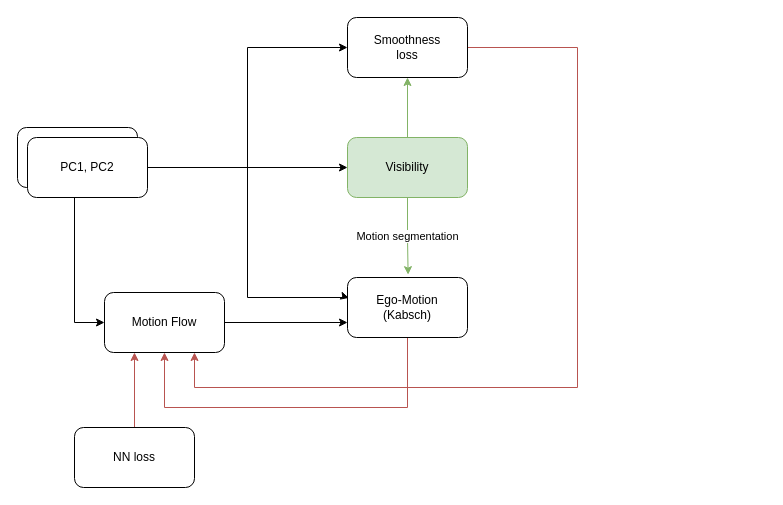
The draw.io diagram drawio/Untitled Diagram.drawio in vacany/sac-flow, before the edit. Source tidied: cells renumbered, new cells numbered last; positions are measured from the earlier drawing's top-left corner, leaving out a move shared by most shapes. Both pictures are drawn from the tidied source at 100%, with x=0, y=0 at pixel (17, 17).
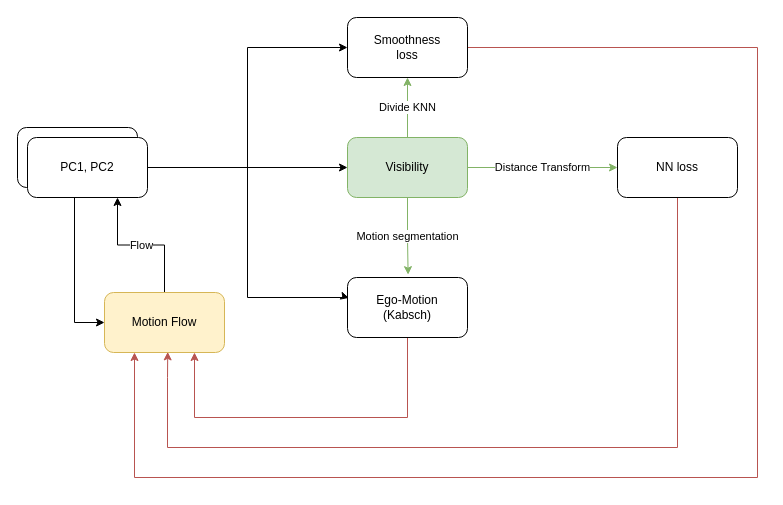
The same diagram, later.

The change refers to these unchanged cells:
```xml
<mxCell id="7" value="PC1, PC2" style="rounded=1;whiteSpace=wrap;html=1;" parent="1" vertex="1">
  <mxGeometry x="10" y="120" width="120" height="60" as="geometry" />
</mxCell>
<mxCell id="10" value="Visibility" style="rounded=1;whiteSpace=wrap;html=1;fillColor=#d5e8d4;strokeColor=#82b366;" parent="1" vertex="1">
  <mxGeometry x="330" y="120" width="120" height="60" as="geometry" />
</mxCell>
<mxCell id="12" value="&lt;div&gt;Ego-Motion&lt;/div&gt;&lt;div&gt;(Kabsch)&lt;br&gt;&lt;/div&gt;" style="rounded=1;whiteSpace=wrap;html=1;" parent="1" vertex="1">
  <mxGeometry x="330" y="260" width="120" height="60" as="geometry" />
</mxCell>
<mxCell id="16" value="&lt;div&gt;Smoothness&lt;/div&gt;&lt;div&gt;loss&lt;br&gt;&lt;/div&gt;" style="rounded=1;whiteSpace=wrap;html=1;" parent="1" vertex="1">
  <mxGeometry x="330" width="120" height="60" as="geometry" />
</mxCell>
```

Diff of the diagram source:
```diff
@@
-    <mxCell id="9" style="edgeStyle=orthogonalEdgeStyle;rounded=0;jettySize=auto;html=1;entryX=0.5;entryY=1;entryDx=0;entryDy=0;fillColor=#d5e8d4;strokeColor=#82b366;" parent="1" edge="1" source="10" target="16">
+    <mxCell id="9" value="Divide KNN" style="edgeStyle=orthogonalEdgeStyle;rounded=0;jettySize=auto;html=1;entryX=0.5;entryY=1;entryDx=0;entryDy=0;fillColor=#d5e8d4;strokeColor=#82b366;" parent="1" edge="1" source="10" target="16">
       <mxGeometry relative="1" as="geometry" />
     </mxCell>
+    <mxCell id="19" value="Distance Transform" style="edgeStyle=orthogonalEdgeStyle;rounded=0;jettySize=auto;html=1;fillColor=#d5e8d4;strokeColor=#82b366;" parent="1" edge="1" source="10" target="18">
+      <mxGeometry relative="1" as="geometry" />
+    </mxCell>
@@
-    <mxCell id="11" style="edgeStyle=orthogonalEdgeStyle;rounded=0;jettySize=auto;html=1;entryX=0.5;entryY=1;entryDx=0;entryDy=0;fillColor=#f8cecc;strokeColor=#b85450;" parent="1" edge="1" source="12" target="14">
+    <mxCell id="11" style="edgeStyle=orthogonalEdgeStyle;rounded=0;jettySize=auto;html=1;fillColor=#f8cecc;strokeColor=#b85450;entryX=0.75;entryY=1;entryDx=0;entryDy=0;" parent="1" edge="1" source="12" target="14">
       <mxGeometry relative="1" as="geometry">
         <Array as="points">
-          <mxPoint x="390" y="390" />
-          <mxPoint x="147" y="390" />
+          <mxPoint x="390" y="400" />
+          <mxPoint x="177" y="400" />
         </Array>
       </mxGeometry>
     </mxCell>
@@
-    <mxCell id="13" style="edgeStyle=orthogonalEdgeStyle;rounded=0;jettySize=auto;html=1;entryX=0;entryY=0.75;entryDx=0;entryDy=0;" parent="1" edge="1" source="14" target="12">
-      <mxGeometry relative="1" as="geometry" />
-    </mxCell>
+    <mxCell id="20" value="Flow" style="edgeStyle=orthogonalEdgeStyle;rounded=0;jettySize=auto;html=1;entryX=0.75;entryY=1;entryDx=0;entryDy=0;" parent="1" edge="1" source="14" target="7">
+      <mxGeometry relative="1" as="geometry" />
+    </mxCell>
-    <mxCell id="14" value="Motion Flow" style="rounded=1;whiteSpace=wrap;html=1;" parent="1" vertex="1">
+    <mxCell id="14" value="Motion Flow" style="rounded=1;whiteSpace=wrap;html=1;fillColor=#fff2cc;strokeColor=#d6b656;" parent="1" vertex="1">
       <mxGeometry x="87" y="275" width="120" height="60" as="geometry" />
     </mxCell>
-    <mxCell id="15" style="edgeStyle=orthogonalEdgeStyle;rounded=0;jettySize=auto;html=1;entryX=0.75;entryY=1;entryDx=0;entryDy=0;fillColor=#f8cecc;strokeColor=#b85450;" parent="1" edge="1" source="16" target="14">
+    <mxCell id="15" style="edgeStyle=orthogonalEdgeStyle;rounded=0;jettySize=auto;html=1;fillColor=#f8cecc;strokeColor=#b85450;entryX=0.25;entryY=1;entryDx=0;entryDy=0;" parent="1" edge="1" source="16" target="14">
       <mxGeometry relative="1" as="geometry">
         <Array as="points">
-          <mxPoint x="560" y="30" />
-          <mxPoint x="560" y="370" />
-          <mxPoint x="177" y="370" />
+          <mxPoint x="740" y="30" />
+          <mxPoint x="740" y="460" />
+          <mxPoint x="117" y="460" />
         </Array>
       </mxGeometry>
     </mxCell>
@@
-    <mxCell id="17" style="edgeStyle=orthogonalEdgeStyle;rounded=0;jettySize=auto;html=1;entryX=0.25;entryY=1;entryDx=0;entryDy=0;fillColor=#f8cecc;strokeColor=#b85450;" parent="1" edge="1" source="18" target="14">
-      <mxGeometry relative="1" as="geometry" />
+    <mxCell id="17" style="edgeStyle=orthogonalEdgeStyle;rounded=0;jettySize=auto;html=1;fillColor=#f8cecc;strokeColor=#b85450;entryX=0.527;entryY=0.99;entryDx=0;entryDy=0;entryPerimeter=0;" parent="1" edge="1" source="18" target="14">
+      <mxGeometry relative="1" as="geometry">
+        <Array as="points">
+          <mxPoint x="660" y="430" />
+          <mxPoint x="150" y="430" />
+          <mxPoint x="150" y="360" />
+        </Array>
+      </mxGeometry>
     </mxCell>
     <mxCell id="18" value="NN loss" style="rounded=1;whiteSpace=wrap;html=1;" parent="1" vertex="1">
-      <mxGeometry x="57" y="410" width="120" height="60" as="geometry" />
+      <mxGeometry x="600" y="120" width="120" height="60" as="geometry" />
     </mxCell>
```
